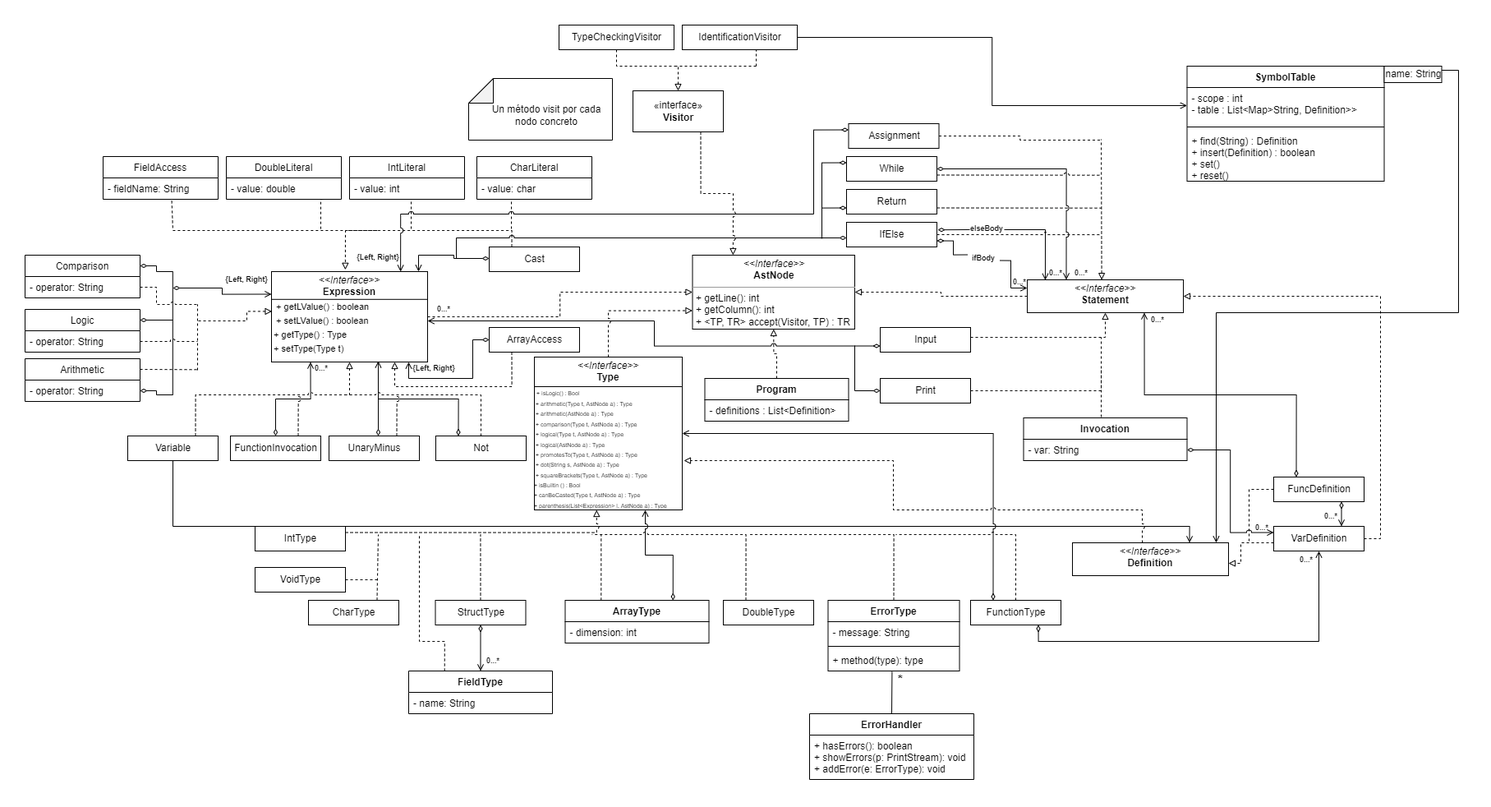
Earlier version of the draw.io export diseño.png (sergiomalv/dlp). Source tidied: cells renumbered, new cells last; positions are measured from the earlier drawing's top-left corner, leaving out a move shared by most shapes.
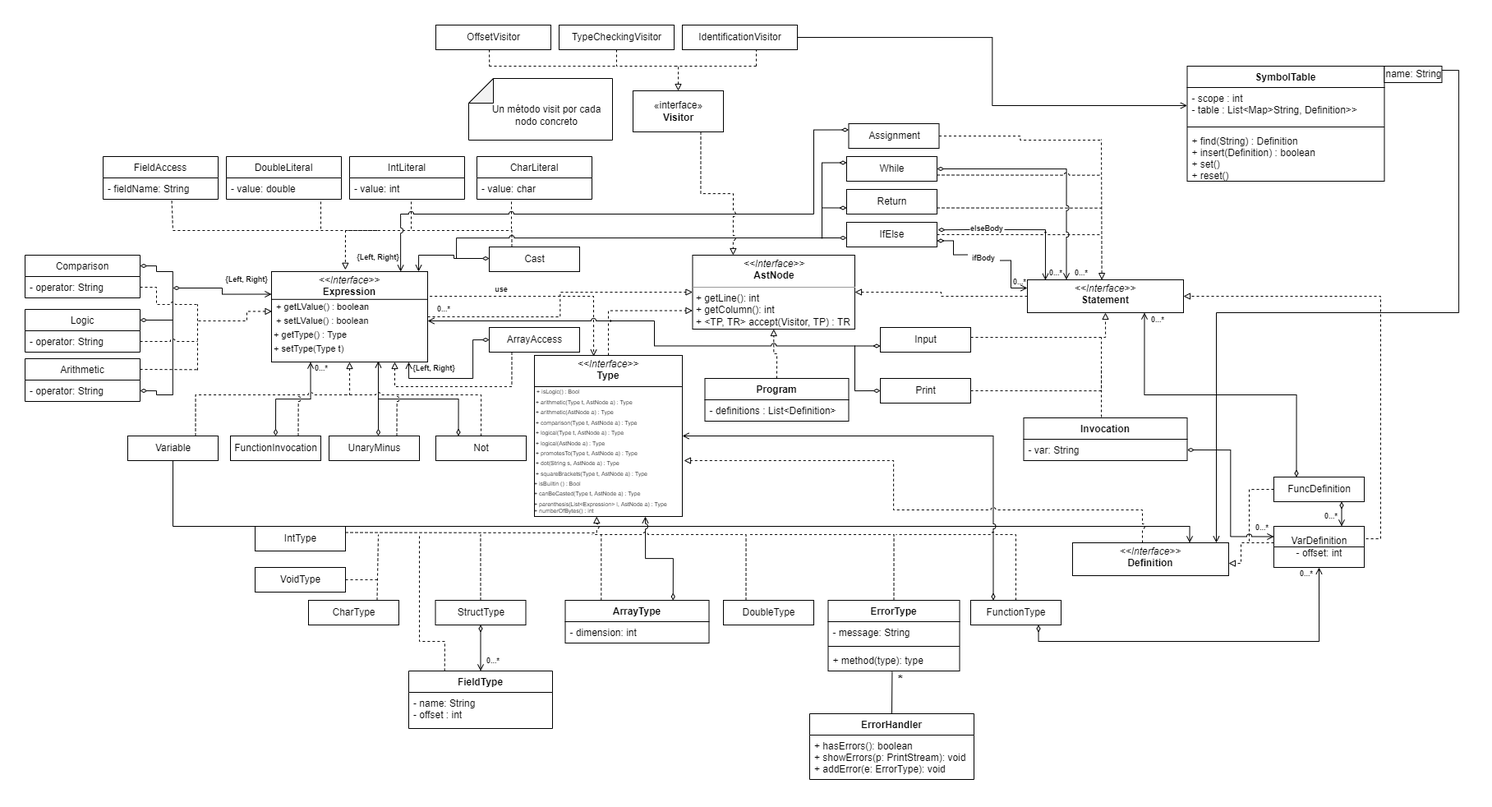
Above is the later version.

Change to the diagram source:
```diff
@@ -31,6 +31,16 @@
         </Array>
       </mxGeometry>
     </mxCell>
+    <mxCell id="159" style="edgeStyle=orthogonalEdgeStyle;rounded=0;orthogonalLoop=1;jettySize=auto;html=1;exitX=1;exitY=0.25;exitDx=0;exitDy=0;entryX=0.406;entryY=0.005;entryDx=0;entryDy=0;entryPerimeter=0;dashed=1;endArrow=open;endFill=0;" parent="1" edge="1">
+      <mxGeometry relative="1" as="geometry">
+        <mxPoint x="489" y="327.5" as="sourcePoint" />
+        <mxPoint x="692.1" y="403" as="targetPoint" />
+        <Array as="points">
+          <mxPoint x="489" y="330" />
+          <mxPoint x="692" y="330" />
+        </Array>
+      </mxGeometry>
+    </mxCell>
     <mxCell id="9" value="&lt;p style=&quot;margin: 0px ; margin-top: 4px ; text-align: center&quot;&gt;&lt;i&gt;&amp;lt;&amp;lt;Interface&amp;gt;&amp;gt;&lt;/i&gt;&lt;br&gt;&lt;b&gt;Expression&lt;/b&gt;&lt;/p&gt;&lt;p style=&quot;margin: 4px 0px 0px ; font-size: 11px&quot;&gt;&lt;b style=&quot;font-size: 11px&quot;&gt;&amp;nbsp;&amp;nbsp;&lt;/b&gt;&lt;font style=&quot;font-size: 11px&quot;&gt;+ getLValue() : boolean&lt;/font&gt;&lt;/p&gt;&lt;p style=&quot;margin: 4px 0px 0px ; font-size: 11px&quot;&gt;&lt;font style=&quot;font-size: 11px&quot;&gt;&amp;nbsp; + setLValue() : boolean&lt;/font&gt;&lt;/p&gt;&lt;p style=&quot;margin: 4px 0px 0px ; font-size: 11px&quot;&gt;&lt;font style=&quot;font-size: 11px&quot;&gt;&amp;nbsp;+ getType() : Type&lt;/font&gt;&lt;/p&gt;&lt;p style=&quot;margin: 4px 0px 0px ; font-size: 11px&quot;&gt;&lt;font style=&quot;font-size: 11px&quot;&gt;&amp;nbsp;+ setType(Type t)&lt;/font&gt;&lt;/p&gt;" style="verticalAlign=top;align=left;overflow=fill;fontSize=12;fontFamily=Helvetica;html=1;" parent="1" vertex="1">
       <mxGeometry x="300" y="300" width="190" height="110" as="geometry" />
     </mxCell>
@@ -422,8 +432,8 @@
     <mxCell id="93" style="edgeStyle=orthogonalEdgeStyle;rounded=0;jumpStyle=arc;jettySize=auto;html=1;exitX=0.5;exitY=0;exitDx=0;exitDy=0;entryX=0;entryY=0.75;entryDx=0;entryDy=0;dashed=1;fontSize=9;startArrow=none;startFill=0;endArrow=block;endFill=0;" parent="1" edge="1" source="94" target="2">
       <mxGeometry relative="1" as="geometry" />
     </mxCell>
-    <mxCell id="94" value="&lt;p style=&quot;margin: 0px ; margin-top: 4px ; text-align: center&quot;&gt;&lt;i&gt;&amp;lt;&amp;lt;Interface&amp;gt;&amp;gt;&lt;/i&gt;&lt;br&gt;&lt;b&gt;Type&lt;/b&gt;&lt;/p&gt;&lt;p style=&quot;margin: 4px 0px 0px ; font-size: 7px&quot;&gt;&lt;b style=&quot;font-size: 11px&quot;&gt;&amp;nbsp;&lt;/b&gt;&lt;font style=&quot;font-size: 7px&quot;&gt;+ isLogic() : Bool&lt;/font&gt;&lt;/p&gt;&lt;p style=&quot;margin: 4px 0px 0px ; font-size: 7px&quot;&gt;&lt;font style=&quot;font-size: 7px&quot;&gt;&amp;nbsp;+ arithmetic(Type t, AstNode a) : Type&lt;/font&gt;&lt;/p&gt;&lt;p style=&quot;margin: 4px 0px 0px ; font-size: 7px&quot;&gt;&lt;font style=&quot;font-size: 7px&quot;&gt;&amp;nbsp;&lt;span&gt;+ arithmetic(AstNode a) : Type&lt;/span&gt;&lt;/font&gt;&lt;/p&gt;&lt;p style=&quot;margin: 4px 0px 0px ; font-size: 7px&quot;&gt;&lt;span&gt;&lt;font style=&quot;font-size: 7px&quot;&gt;&amp;nbsp;+ comparison(Type t, AstNode a) : Type&lt;/font&gt;&lt;/span&gt;&lt;/p&gt;&lt;p style=&quot;margin: 4px 0px 0px ; font-size: 7px&quot;&gt;&lt;span&gt;&lt;font style=&quot;font-size: 7px&quot;&gt;&amp;nbsp;+ logical(Type t, AstNode a) : Type&lt;/font&gt;&lt;/span&gt;&lt;/p&gt;&lt;p style=&quot;margin: 4px 0px 0px ; font-size: 7px&quot;&gt;&lt;span&gt;&lt;font style=&quot;font-size: 7px&quot;&gt;&amp;nbsp;+ logical(AstNode a) : Type&lt;/font&gt;&lt;/span&gt;&lt;/p&gt;&lt;p style=&quot;margin: 4px 0px 0px ; font-size: 7px&quot;&gt;&lt;font style=&quot;font-size: 7px&quot;&gt;&amp;nbsp;+ promotesTo(Type t, AstNode a) : Type&lt;/font&gt;&lt;/p&gt;&lt;p style=&quot;margin: 4px 0px 0px ; font-size: 7px&quot;&gt;&lt;font style=&quot;font-size: 7px&quot;&gt;&amp;nbsp;+ dot(String s, AstNode a) : Type&lt;/font&gt;&lt;/p&gt;&lt;p style=&quot;margin: 4px 0px 0px ; font-size: 7px&quot;&gt;&lt;font style=&quot;font-size: 7px&quot;&gt;&amp;nbsp;+ squareBrackets(Type t, AstNode a) : Type&lt;/font&gt;&lt;/p&gt;&lt;p style=&quot;margin: 4px 0px 0px ; font-size: 7px&quot;&gt;&lt;font style=&quot;font-size: 7px&quot;&gt;+ isBuiltin () : Bool&lt;/font&gt;&lt;/p&gt;&lt;p style=&quot;margin: 4px 0px 0px ; font-size: 7px&quot;&gt;&lt;font style=&quot;font-size: 7px&quot;&gt;+ canBeCasted(Type t, AstNode a) : Type&lt;/font&gt;&lt;/p&gt;&lt;p style=&quot;margin: 4px 0px 0px ; font-size: 7px&quot;&gt;&lt;font style=&quot;font-size: 7px&quot;&gt;+ parenthesis(List&amp;lt;Expression&amp;gt; l, AstNode a) : Type&lt;/font&gt;&lt;/p&gt;&lt;div style=&quot;font-size: 7px&quot;&gt;&lt;span&gt;&lt;br&gt;&lt;/span&gt;&lt;/div&gt;" style="verticalAlign=top;align=left;overflow=fill;fontSize=12;fontFamily=Helvetica;html=1;" parent="1" vertex="1">
-      <mxGeometry x="620" y="404" width="180" height="186" as="geometry" />
+    <mxCell id="94" value="&lt;p style=&quot;margin: 0px ; margin-top: 4px ; text-align: center&quot;&gt;&lt;i&gt;&amp;lt;&amp;lt;Interface&amp;gt;&amp;gt;&lt;/i&gt;&lt;br&gt;&lt;b&gt;Type&lt;/b&gt;&lt;/p&gt;&lt;p style=&quot;margin: 4px 0px 0px ; font-size: 7px&quot;&gt;&lt;b style=&quot;font-size: 11px&quot;&gt;&amp;nbsp;&lt;/b&gt;&lt;font style=&quot;font-size: 7px&quot;&gt;+ isLogic() : Bool&lt;/font&gt;&lt;/p&gt;&lt;p style=&quot;margin: 4px 0px 0px ; font-size: 7px&quot;&gt;&lt;font style=&quot;font-size: 7px&quot;&gt;&amp;nbsp;+ arithmetic(Type t, AstNode a) : Type&lt;/font&gt;&lt;/p&gt;&lt;p style=&quot;margin: 4px 0px 0px ; font-size: 7px&quot;&gt;&lt;font style=&quot;font-size: 7px&quot;&gt;&amp;nbsp;&lt;span&gt;+ arithmetic(AstNode a) : Type&lt;/span&gt;&lt;/font&gt;&lt;/p&gt;&lt;p style=&quot;margin: 4px 0px 0px ; font-size: 7px&quot;&gt;&lt;span&gt;&lt;font style=&quot;font-size: 7px&quot;&gt;&amp;nbsp;+ comparison(Type t, AstNode a) : Type&lt;/font&gt;&lt;/span&gt;&lt;/p&gt;&lt;p style=&quot;margin: 4px 0px 0px ; font-size: 7px&quot;&gt;&lt;span&gt;&lt;font style=&quot;font-size: 7px&quot;&gt;&amp;nbsp;+ logical(Type t, AstNode a) : Type&lt;/font&gt;&lt;/span&gt;&lt;/p&gt;&lt;p style=&quot;margin: 4px 0px 0px ; font-size: 7px&quot;&gt;&lt;span&gt;&lt;font style=&quot;font-size: 7px&quot;&gt;&amp;nbsp;+ logical(AstNode a) : Type&lt;/font&gt;&lt;/span&gt;&lt;/p&gt;&lt;p style=&quot;margin: 4px 0px 0px ; font-size: 7px&quot;&gt;&lt;font style=&quot;font-size: 7px&quot;&gt;&amp;nbsp;+ promotesTo(Type t, AstNode a) : Type&lt;/font&gt;&lt;/p&gt;&lt;p style=&quot;margin: 4px 0px 0px ; font-size: 7px&quot;&gt;&lt;font style=&quot;font-size: 7px&quot;&gt;&amp;nbsp;+ dot(String s, AstNode a) : Type&lt;/font&gt;&lt;/p&gt;&lt;p style=&quot;margin: 4px 0px 0px ; font-size: 7px&quot;&gt;&lt;font style=&quot;font-size: 7px&quot;&gt;&amp;nbsp;+ squareBrackets(Type t, AstNode a) : Type&lt;/font&gt;&lt;/p&gt;&lt;p style=&quot;margin: 4px 0px 0px ; font-size: 7px&quot;&gt;&lt;font style=&quot;font-size: 7px&quot;&gt;+ isBuiltin () : Bool&lt;/font&gt;&lt;/p&gt;&lt;p style=&quot;margin: 4px 0px 0px ; font-size: 7px&quot;&gt;&lt;font style=&quot;font-size: 7px&quot;&gt;+ canBeCasted(Type t, AstNode a) : Type&lt;/font&gt;&lt;/p&gt;&lt;p style=&quot;margin: 4px 0px 0px ; font-size: 7px&quot;&gt;&lt;font style=&quot;font-size: 7px&quot;&gt;+ parenthesis(List&amp;lt;Expression&amp;gt; l, AstNode a) : Type&lt;/font&gt;&lt;/p&gt;&lt;div style=&quot;font-size: 7px&quot;&gt;+ numberOfBytes() : int&lt;/div&gt;" style="verticalAlign=top;align=left;overflow=fill;fontSize=12;fontFamily=Helvetica;html=1;" parent="1" vertex="1">
+      <mxGeometry x="620" y="402" width="180" height="196" as="geometry" />
     </mxCell>
     <mxCell id="95" style="edgeStyle=orthogonalEdgeStyle;rounded=0;jumpStyle=arc;jettySize=auto;html=1;exitX=0.75;exitY=0;exitDx=0;exitDy=0;entryX=0.75;entryY=1;entryDx=0;entryDy=0;fontSize=9;startArrow=diamondThin;startFill=0;endArrow=open;endFill=0;" parent="1" edge="1" source="97" target="94">
       <mxGeometry relative="1" as="geometry" />
@@ -493,10 +503,10 @@
       </mxGeometry>
     </mxCell>
     <mxCell id="109" value="FieldType" style="swimlane;fontStyle=1;align=center;verticalAlign=top;horizontal=1;startSize=26;" parent="1" vertex="1">
-      <mxGeometry x="467" y="786" width="175" height="52" as="geometry" />
+      <mxGeometry x="467" y="786" width="175" height="70" as="geometry" />
     </mxCell>
-    <mxCell id="110" value="- name: String" style="text;strokeColor=none;fillColor=none;align=left;verticalAlign=top;spacingLeft=4;spacingRight=4;overflow=hidden;" parent="109" vertex="1">
-      <mxGeometry y="26" width="175" height="26" as="geometry" />
+    <mxCell id="110" value="- name: String&#10;- offset : int" style="text;strokeColor=none;fillColor=none;align=left;verticalAlign=top;spacingLeft=4;spacingRight=4;overflow=hidden;" parent="109" vertex="1">
+      <mxGeometry y="26" width="175" height="44" as="geometry" />
     </mxCell>
     <mxCell id="111" style="edgeStyle=orthogonalEdgeStyle;rounded=0;jumpStyle=arc;jettySize=auto;html=1;exitX=0.25;exitY=0;exitDx=0;exitDy=0;entryX=1;entryY=0.5;entryDx=0;entryDy=0;fontSize=12;startArrow=diamondThin;startFill=0;endArrow=open;endFill=0;" parent="1" edge="1" source="114" target="94">
       <mxGeometry relative="1" as="geometry" />
@@ -608,14 +618,14 @@
         </Array>
       </mxGeometry>
     </mxCell>
-    <mxCell id="136" value="VarDefinition" style="html=1;" parent="1" vertex="1">
-      <mxGeometry x="1520" y="610" width="110" height="30" as="geometry" />
+    <mxCell id="136" value="VarDefinition&lt;br&gt;&lt;span style=&quot;text-align: left&quot;&gt;- offset: int&lt;/span&gt;" style="html=1;" parent="1" vertex="1">
+      <mxGeometry x="1520" y="610" width="110" height="50" as="geometry" />
     </mxCell>
     <mxCell id="137" value="0...*" style="text;align=center;fontStyle=1;verticalAlign=middle;spacingLeft=3;spacingRight=3;strokeColor=none;fontSize=9;" parent="1" vertex="1">
       <mxGeometry x="1570" y="590" width="40" height="14" as="geometry" />
     </mxCell>
     <mxCell id="138" value="0...*" style="text;align=center;fontStyle=1;verticalAlign=middle;spacingLeft=3;spacingRight=3;strokeColor=none;fontSize=9;" parent="1" vertex="1">
-      <mxGeometry x="1540" y="643" width="40" height="14" as="geometry" />
+      <mxGeometry x="1540" y="660" width="40" height="14" as="geometry" />
     </mxCell>
     <mxCell id="139" style="edgeStyle=orthogonalEdgeStyle;rounded=0;jumpStyle=arc;jettySize=auto;html=1;exitX=1;exitY=0.5;exitDx=0;exitDy=0;entryX=0;entryY=0.25;entryDx=0;entryDy=0;fontSize=16;startArrow=diamondThin;startFill=0;endArrow=open;endFill=0;" parent="1" edge="1" source="80" target="136">
       <mxGeometry relative="1" as="geometry" />
@@ -703,5 +713,26 @@
         <mxPoint x="800" y="440" as="targetPoint" />
       </mxGeometry>
     </mxCell>
+    <mxCell id="160" style="endArrow=none;html=1;rounded=0;entryX=1;entryY=0.5;entryDx=0;entryDy=0;exitX=0;exitY=0.5;exitDx=0;exitDy=0;" parent="1" edge="1" source="136" target="136">
+      <mxGeometry relative="1" as="geometry" />
+    </mxCell>
+    <mxCell id="161" style="edgeStyle=orthogonalEdgeStyle;rounded=0;orthogonalLoop=1;jettySize=auto;html=1;exitX=0.5;exitY=1;exitDx=0;exitDy=0;dashed=1;endArrow=none;endFill=0;" parent="1" edge="1">
+      <mxGeometry relative="1" as="geometry">
+        <mxPoint x="565" y="30" as="sourcePoint" />
+        <mxPoint x="565.3" y="50" as="targetPoint" />
+      </mxGeometry>
+    </mxCell>
+    <mxCell id="162" value="OffsetVisitor" style="html=1;" parent="1" vertex="1">
+      <mxGeometry x="500" width="140" height="30" as="geometry" />
+    </mxCell>
+    <mxCell id="163" style="endArrow=none;dashed=1;html=1;rounded=0;" parent="1" edge="1">
+      <mxGeometry relative="1" as="geometry">
+        <mxPoint x="565" y="50" as="sourcePoint" />
+        <mxPoint x="720" y="50" as="targetPoint" />
+      </mxGeometry>
+    </mxCell>
+    <mxCell id="164" value="use" style="text;align=center;fontStyle=1;verticalAlign=middle;spacingLeft=3;spacingRight=3;strokeColor=none;fontSize=9;" parent="1" vertex="1">
+      <mxGeometry x="540" y="308" width="80" height="26" as="geometry" />
+    </mxCell>
   </root>
 </mxGraphModel>
```
